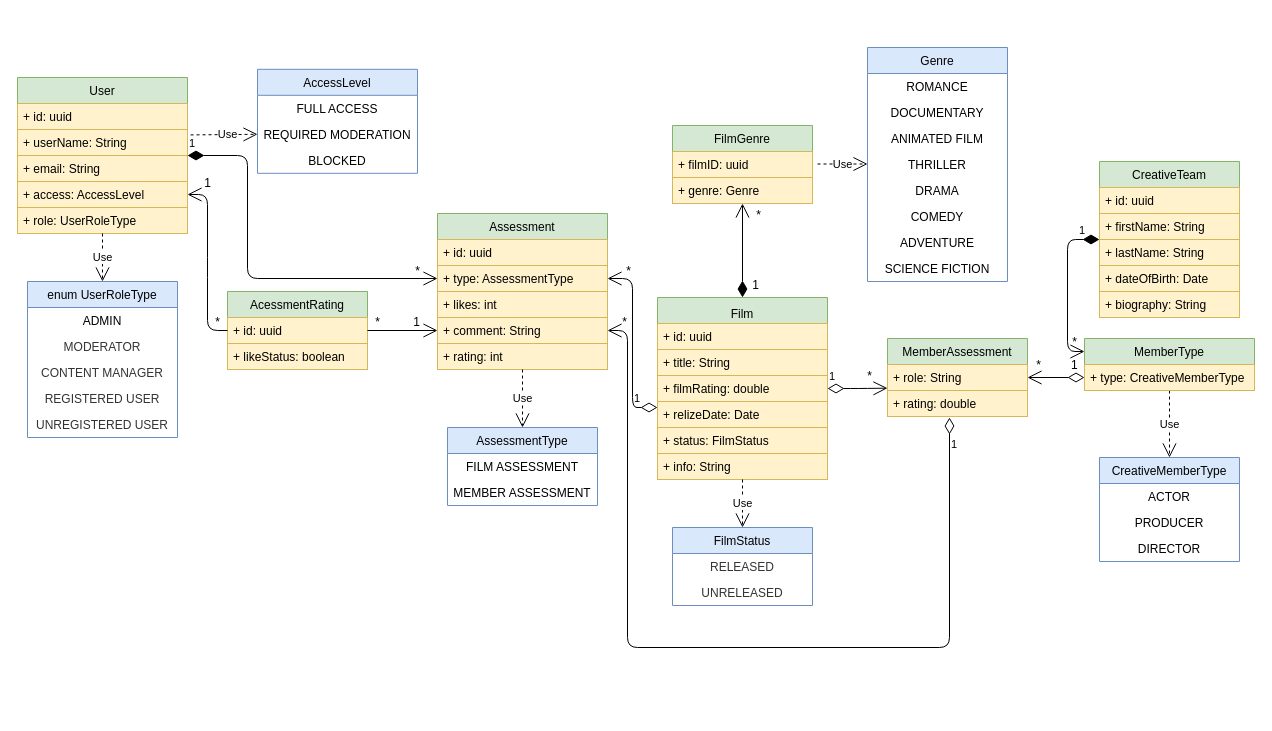
Above: domain-model-diagrams/filmRatingsClassDiagram.drawio in chernoivan/books-rating (draw.io), before the change. Source tidied: cells renumbered, new cells numbered last; positions are measured from the earlier drawing's top-left corner, leaving out a move shared by most shapes. Both pictures are drawn from the tidied source at 100%, with x=0, y=0 at pixel (17, 47).
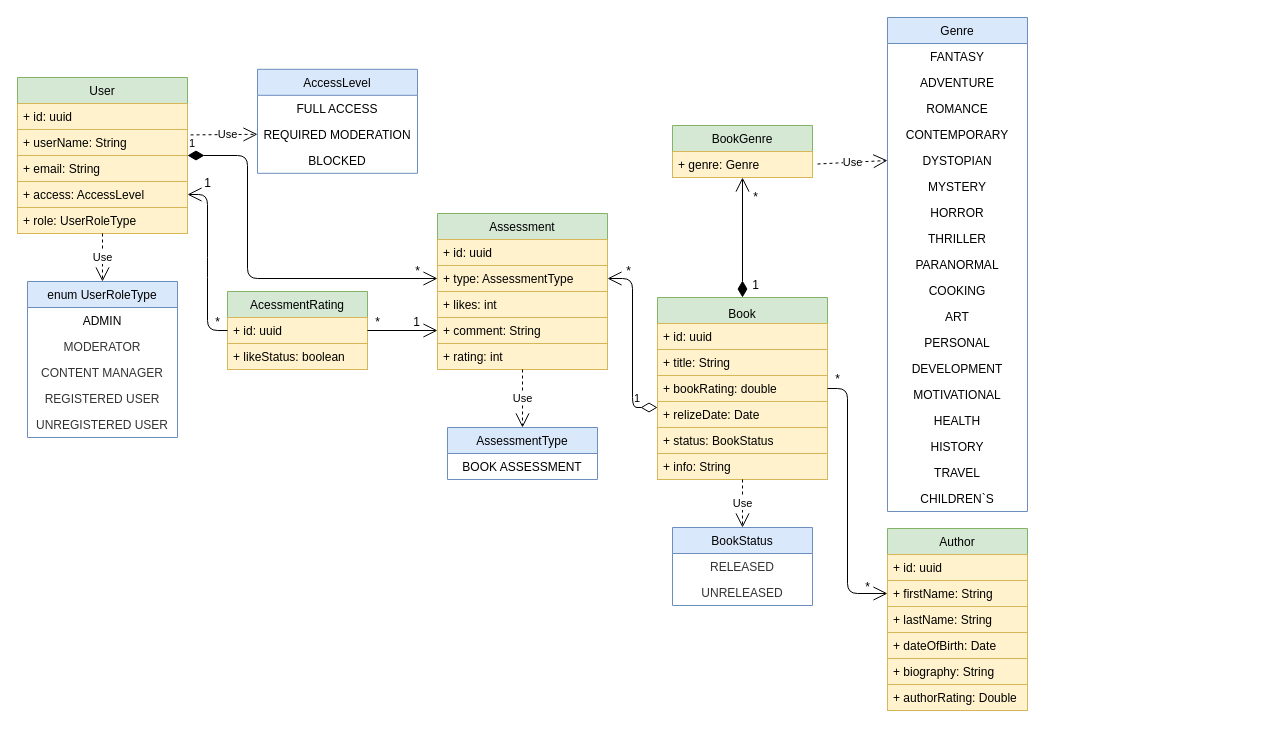
After the change.

Unchanged cells that the change refers to:
```xml
<mxCell id="45" value="Assessment" style="swimlane;fontStyle=0;horizontal=1;startSize=26;fillColor=#d5e8d4;rounded=0;strokeColor=#82b366;" parent="1" vertex="1">
  <mxGeometry x="420" y="166" width="170" height="156" as="geometry" />
</mxCell>
```

Change to the diagram source:
```diff
@@
-    <mxCell id="8" value="Film" style="swimlane;fontStyle=0;horizontal=1;startSize=26;fillColor=#d5e8d4;strokeColor=#82b366;gradientColor=none;swimlaneFillColor=none;verticalAlign=bottom;labelPadding=0;" parent="1" vertex="1">
+    <mxCell id="8" value="Book" style="swimlane;fontStyle=0;horizontal=1;startSize=26;fillColor=#d5e8d4;strokeColor=#82b366;gradientColor=none;swimlaneFillColor=none;verticalAlign=bottom;labelPadding=0;" parent="1" vertex="1">
       <mxGeometry x="640" y="250" width="170" height="182" as="geometry" />
     </mxCell>
@@
-    <mxCell id="11" value="+ filmRating: double" style="text;strokeColor=#d6b656;fillColor=#fff2cc;align=left;verticalAlign=top;spacingLeft=4;spacingRight=4;overflow=hidden;points=[[0,0.5],[1,0.5]];portConstraint=eastwest;" parent="8" vertex="1">
+    <mxCell id="11" value="+ bookRating: double" style="text;strokeColor=#d6b656;fillColor=#fff2cc;align=left;verticalAlign=top;spacingLeft=4;spacingRight=4;overflow=hidden;points=[[0,0.5],[1,0.5]];portConstraint=eastwest;" parent="8" vertex="1">
       <mxGeometry y="78" width="170" height="26" as="geometry" />
     </mxCell>
@@
-    <mxCell id="13" value="+ status: FilmStatus" style="text;strokeColor=#d6b656;fillColor=#fff2cc;align=left;verticalAlign=top;spacingLeft=4;spacingRight=4;overflow=hidden;rounded=0;labelBackgroundColor=none;" parent="8" vertex="1">
+    <mxCell id="13" value="+ status: BookStatus" style="text;strokeColor=#d6b656;fillColor=#fff2cc;align=left;verticalAlign=top;spacingLeft=4;spacingRight=4;overflow=hidden;rounded=0;labelBackgroundColor=none;" parent="8" vertex="1">
       <mxGeometry y="130" width="170" height="26" as="geometry" />
     </mxCell>
@@
-    <mxCell id="19" value="CreativeTeam" style="swimlane;fontStyle=0;horizontal=1;startSize=26;fillColor=#d5e8d4;align=center;strokeColor=#82b366;" parent="1" vertex="1">
-      <mxGeometry x="1082" y="114" width="140" height="156" as="geometry" />
-    </mxCell>
-    <mxCell id="20" value="+ id: uuid" style="text;strokeColor=#d6b656;fillColor=#fff2cc;align=left;verticalAlign=top;spacingLeft=4;spacingRight=4;overflow=hidden;" parent="19" vertex="1">
-      <mxGeometry y="26" width="140" height="26" as="geometry" />
-    </mxCell>
-    <mxCell id="21" value="+ firstName: String" style="text;strokeColor=#d6b656;fillColor=#fff2cc;align=left;verticalAlign=top;spacingLeft=4;spacingRight=4;overflow=hidden;points=[[0,0.5],[1,0.5]];portConstraint=eastwest;" parent="19" vertex="1">
-      <mxGeometry y="52" width="140" height="26" as="geometry" />
-    </mxCell>
-    <mxCell id="22" value="+ lastName: String" style="text;strokeColor=#d6b656;fillColor=#fff2cc;align=left;verticalAlign=top;spacingLeft=4;spacingRight=4;overflow=hidden;" parent="19" vertex="1">
-      <mxGeometry y="78" width="140" height="26" as="geometry" />
-    </mxCell>
-    <mxCell id="23" value="+ dateOfBirth: Date" style="text;strokeColor=#d6b656;fillColor=#fff2cc;align=left;verticalAlign=top;spacingLeft=4;spacingRight=4;overflow=hidden;startSize=26;" parent="19" vertex="1">
-      <mxGeometry y="104" width="140" height="26" as="geometry" />
-    </mxCell>
-    <mxCell id="24" value="+ biography: String" style="text;strokeColor=#d6b656;fillColor=#fff2cc;align=left;verticalAlign=top;spacingLeft=4;spacingRight=4;overflow=hidden;rounded=0;labelBackgroundColor=none;" parent="19" vertex="1">
-      <mxGeometry y="130" width="140" height="26" as="geometry" />
-    </mxCell>
@@
-    <mxCell id="26" value="FilmGenre" style="swimlane;fontStyle=0;horizontal=1;startSize=26;fillColor=#d5e8d4;strokeColor=#82b366;" parent="1" vertex="1">
-      <mxGeometry x="655" y="78" width="140" height="78" as="geometry" />
+    <mxCell id="26" value="BookGenre" style="swimlane;fontStyle=0;horizontal=1;startSize=26;fillColor=#d5e8d4;strokeColor=#82b366;" parent="1" vertex="1">
+      <mxGeometry x="655" y="78" width="140" height="52" as="geometry" />
     </mxCell>
-    <mxCell id="27" value="+ filmID: uuid" style="text;strokeColor=#d6b656;fillColor=#fff2cc;align=left;verticalAlign=top;spacingLeft=4;spacingRight=4;overflow=hidden;" parent="26" vertex="1">
-      <mxGeometry y="26" width="140" height="26" as="geometry" />
-    </mxCell>
     <mxCell id="28" value="+ genre: Genre" style="text;strokeColor=#d6b656;fillColor=#fff2cc;align=left;verticalAlign=top;spacingLeft=4;spacingRight=4;overflow=hidden;" parent="26" vertex="1">
-      <mxGeometry y="52" width="140" height="26" as="geometry" />
+      <mxGeometry y="26" width="140" height="26" as="geometry" />
     </mxCell>
+    <mxCell id="38" value="Use" style="endArrow=open;endSize=12;dashed=1;html=1;fontColor=#000000;entryX=0;entryY=0.5;entryDx=0;entryDy=0;" parent="1" edge="1" target="34">
+      <mxGeometry relative="1" as="geometry">
+        <mxPoint x="800" y="116.5" as="sourcePoint" />
+      </mxGeometry>
+    </mxCell>
     <mxCell id="29" value="Genre" style="swimlane;fontStyle=0;horizontal=1;startSize=26;fillColor=#dae8fc;align=center;strokeColor=#6c8ebf;" parent="1" vertex="1">
-      <mxGeometry x="850" width="140" height="234" as="geometry" />
+      <mxGeometry x="870" y="-30" width="140" height="494" as="geometry" />
     </mxCell>
-    <mxCell id="30" value="ROMANCE" style="text;strokeColor=none;fillColor=none;align=center;verticalAlign=top;spacingLeft=4;spacingRight=4;overflow=hidden;" parent="29" vertex="1">
+    <mxCell id="30" value="FANTASY" style="text;strokeColor=none;fillColor=none;align=center;verticalAlign=top;spacingLeft=4;spacingRight=4;overflow=hidden;" parent="29" vertex="1">
       <mxGeometry y="26" width="140" height="26" as="geometry" />
     </mxCell>
-    <mxCell id="31" value="DOCUMENTARY" style="text;align=center;fontStyle=0;verticalAlign=middle;spacingLeft=3;spacingRight=3;strokeColor=none;" parent="29" vertex="1">
+    <mxCell id="31" value="ADVENTURE" style="text;align=center;fontStyle=0;verticalAlign=middle;spacingLeft=3;spacingRight=3;strokeColor=none;" parent="29" vertex="1">
       <mxGeometry y="52" width="140" height="26" as="geometry" />
     </mxCell>
-    <mxCell id="32" value="ANIMATED FILM" style="text;align=center;fontStyle=0;verticalAlign=middle;spacingLeft=3;spacingRight=3;strokeColor=none;" parent="29" vertex="1">
+    <mxCell id="32" value="ROMANCE" style="text;align=center;fontStyle=0;verticalAlign=middle;spacingLeft=3;spacingRight=3;strokeColor=none;" parent="29" vertex="1">
       <mxGeometry y="78" width="140" height="26" as="geometry" />
     </mxCell>
-    <mxCell id="33" value="THRILLER" style="text;align=center;fontStyle=0;verticalAlign=middle;spacingLeft=3;spacingRight=3;strokeColor=none;" parent="29" vertex="1">
+    <mxCell id="33" value="CONTEMPORARY" style="text;align=center;fontStyle=0;verticalAlign=middle;spacingLeft=3;spacingRight=3;strokeColor=none;" parent="29" vertex="1">
       <mxGeometry y="104" width="140" height="26" as="geometry" />
     </mxCell>
-    <mxCell id="34" value="DRAMA" style="text;align=center;fontStyle=0;verticalAlign=middle;spacingLeft=3;spacingRight=3;strokeColor=none;points=[[0,0.5],[1,0.5]];portConstraint=eastwest;" parent="29" vertex="1">
+    <mxCell id="34" value="DYSTOPIAN" style="text;align=center;fontStyle=0;verticalAlign=middle;spacingLeft=3;spacingRight=3;strokeColor=none;points=[[0,0.5],[1,0.5]];portConstraint=eastwest;" parent="29" vertex="1">
       <mxGeometry y="130" width="140" height="26" as="geometry" />
     </mxCell>
-    <mxCell id="35" value="COMEDY" style="text;align=center;fontStyle=0;verticalAlign=middle;spacingLeft=3;spacingRight=3;strokeColor=none;" parent="29" vertex="1">
+    <mxCell id="35" value="MYSTERY" style="text;align=center;fontStyle=0;verticalAlign=middle;spacingLeft=3;spacingRight=3;strokeColor=none;" parent="29" vertex="1">
       <mxGeometry y="156" width="140" height="26" as="geometry" />
     </mxCell>
-    <mxCell id="36" value="ADVENTURE" style="text;align=center;fontStyle=0;verticalAlign=middle;spacingLeft=3;spacingRight=3;strokeColor=none;" parent="29" vertex="1">
+    <mxCell id="36" value="HORROR" style="text;align=center;fontStyle=0;verticalAlign=middle;spacingLeft=3;spacingRight=3;strokeColor=none;" parent="29" vertex="1">
       <mxGeometry y="182" width="140" height="26" as="geometry" />
     </mxCell>
+    <mxCell id="93" value="THRILLER" style="text;strokeColor=none;fillColor=none;align=center;verticalAlign=top;spacingLeft=4;spacingRight=4;overflow=hidden;" parent="29" vertex="1">
+      <mxGeometry y="208" width="140" height="26" as="geometry" />
+    </mxCell>
+    <mxCell id="94" value="PARANORMAL" style="text;strokeColor=none;fillColor=none;align=center;verticalAlign=top;spacingLeft=4;spacingRight=4;overflow=hidden;" parent="29" vertex="1">
+      <mxGeometry y="234" width="140" height="26" as="geometry" />
+    </mxCell>
+    <mxCell id="95" value="COOKING" style="text;strokeColor=none;fillColor=none;align=center;verticalAlign=top;spacingLeft=4;spacingRight=4;overflow=hidden;" parent="29" vertex="1">
+      <mxGeometry y="260" width="140" height="26" as="geometry" />
+    </mxCell>
+    <mxCell id="96" value="ART" style="text;strokeColor=none;fillColor=none;align=center;verticalAlign=top;spacingLeft=4;spacingRight=4;overflow=hidden;" parent="29" vertex="1">
+      <mxGeometry y="286" width="140" height="26" as="geometry" />
+    </mxCell>
+    <mxCell id="97" value="PERSONAL" style="text;strokeColor=none;fillColor=none;align=center;verticalAlign=top;spacingLeft=4;spacingRight=4;overflow=hidden;" parent="29" vertex="1">
+      <mxGeometry y="312" width="140" height="26" as="geometry" />
+    </mxCell>
+    <mxCell id="98" value="DEVELOPMENT" style="text;strokeColor=none;fillColor=none;align=center;verticalAlign=top;spacingLeft=4;spacingRight=4;overflow=hidden;" parent="29" vertex="1">
+      <mxGeometry y="338" width="140" height="26" as="geometry" />
+    </mxCell>
+    <mxCell id="99" value="MOTIVATIONAL" style="text;strokeColor=none;fillColor=none;align=center;verticalAlign=top;spacingLeft=4;spacingRight=4;overflow=hidden;" parent="29" vertex="1">
+      <mxGeometry y="364" width="140" height="26" as="geometry" />
+    </mxCell>
+    <mxCell id="100" value="HEALTH" style="text;strokeColor=none;fillColor=none;align=center;verticalAlign=top;spacingLeft=4;spacingRight=4;overflow=hidden;" parent="29" vertex="1">
+      <mxGeometry y="390" width="140" height="26" as="geometry" />
+    </mxCell>
-    <mxCell id="37" value="SCIENCE FICTION" style="text;strokeColor=none;fillColor=none;align=center;verticalAlign=top;spacingLeft=4;spacingRight=4;overflow=hidden;" parent="29" vertex="1">
-      <mxGeometry y="208" width="140" height="26" as="geometry" />
+    <mxCell id="37" value="HISTORY" style="text;strokeColor=none;fillColor=none;align=center;verticalAlign=top;spacingLeft=4;spacingRight=4;overflow=hidden;" parent="29" vertex="1">
+      <mxGeometry y="416" width="140" height="26" as="geometry" />
     </mxCell>
-    <mxCell id="38" value="Use" style="endArrow=open;endSize=12;dashed=1;html=1;fontColor=#000000;" parent="1" edge="1">
-      <mxGeometry relative="1" as="geometry">
-        <mxPoint x="800" y="116.5" as="sourcePoint" />
-        <mxPoint x="850" y="116.5" as="targetPoint" />
-      </mxGeometry>
-    </mxCell>
-    <mxCell id="39" value="CreativeMemberType" style="swimlane;fontStyle=0;horizontal=1;startSize=26;fillColor=#dae8fc;rounded=0;labelBackgroundColor=none;strokeColor=#6c8ebf;align=center;" parent="1" vertex="1">
-      <mxGeometry x="1082" y="410" width="140" height="104" as="geometry" />
-    </mxCell>
-    <mxCell id="40" value="ACTOR" style="text;strokeColor=none;fillColor=none;align=center;verticalAlign=top;spacingLeft=4;spacingRight=4;overflow=hidden;" parent="39" vertex="1">
-      <mxGeometry y="26" width="140" height="26" as="geometry" />
-    </mxCell>
-    <mxCell id="41" value="PRODUCER" style="text;strokeColor=none;fillColor=none;align=center;verticalAlign=top;spacingLeft=4;spacingRight=4;overflow=hidden;" parent="39" vertex="1">
-      <mxGeometry y="52" width="140" height="26" as="geometry" />
-    </mxCell>
-    <mxCell id="42" value="DIRECTOR" style="text;strokeColor=none;fillColor=none;align=center;verticalAlign=top;spacingLeft=4;spacingRight=4;overflow=hidden;" parent="39" vertex="1">
-      <mxGeometry y="78" width="140" height="26" as="geometry" />
-    </mxCell>
-    <mxCell id="43" value="Use" style="endArrow=open;endSize=12;dashed=1;html=1;fontColor=#000000;exitX=0.5;exitY=1;exitDx=0;exitDy=0;" parent="1" edge="1" source="80" target="39">
-      <mxGeometry relative="1" as="geometry" />
-    </mxCell>
-    <mxCell id="44" value="*         1" style="text;align=center;fontStyle=0;verticalAlign=middle;spacingLeft=3;spacingRight=3;strokeColor=none;rounded=0;labelBackgroundColor=none;fillColor=none;fontColor=#000000;" parent="1" vertex="1">
-      <mxGeometry x="1000" y="309" width="80" height="16" as="geometry" />
-    </mxCell>
+    <mxCell id="101" value="TRAVEL" style="text;strokeColor=none;fillColor=none;align=center;verticalAlign=top;spacingLeft=4;spacingRight=4;overflow=hidden;" parent="29" vertex="1">
+      <mxGeometry y="442" width="140" height="26" as="geometry" />
+    </mxCell>
+    <mxCell id="102" value="CHILDREN`S" style="text;strokeColor=none;fillColor=none;align=center;verticalAlign=top;spacingLeft=4;spacingRight=4;overflow=hidden;" parent="29" vertex="1">
+      <mxGeometry y="468" width="140" height="26" as="geometry" />
+    </mxCell>
@@
-    <mxCell id="51" value="MemberAssessment" style="swimlane;fontStyle=0;horizontal=1;startSize=26;fillColor=#d5e8d4;rounded=0;strokeColor=#82b366;" parent="1" vertex="1">
-      <mxGeometry x="870" y="291" width="140" height="78" as="geometry" />
-    </mxCell>
-    <mxCell id="52" value="+ role: String " style="text;strokeColor=#d6b656;fillColor=#fff2cc;align=left;verticalAlign=top;spacingLeft=4;spacingRight=4;overflow=hidden;points=[[0,0.5],[1,0.5]];portConstraint=eastwest;" parent="51" vertex="1">
-      <mxGeometry y="26" width="140" height="26" as="geometry" />
-    </mxCell>
-    <mxCell id="53" value="+ rating: double" style="text;strokeColor=#d6b656;fillColor=#fff2cc;align=left;verticalAlign=top;spacingLeft=4;spacingRight=4;overflow=hidden;" parent="51" vertex="1">
-      <mxGeometry y="52" width="140" height="26" as="geometry" />
-    </mxCell>
@@
     <mxCell id="55" value="*" style="text;html=1;align=center;verticalAlign=middle;" parent="1" vertex="1">
-      <mxGeometry x="731" y="158" width="20" height="20" as="geometry" />
+      <mxGeometry x="728" y="140" width="20" height="20" as="geometry" />
     </mxCell>
@@
     <mxCell id="62" value="AssessmentType" style="swimlane;fontStyle=0;horizontal=1;startSize=26;fillColor=#dae8fc;rounded=0;align=center;strokeColor=#6c8ebf;" parent="1" vertex="1">
-      <mxGeometry x="430" y="380" width="150" height="78" as="geometry" />
+      <mxGeometry x="430" y="380" width="150" height="52" as="geometry" />
     </mxCell>
-    <mxCell id="63" value="FILM ASSESSMENT" style="text;strokeColor=none;fillColor=none;align=center;verticalAlign=top;spacingLeft=4;spacingRight=4;overflow=hidden;" parent="62" vertex="1">
+    <mxCell id="63" value="BOOK ASSESSMENT" style="text;strokeColor=none;fillColor=none;align=center;verticalAlign=top;spacingLeft=4;spacingRight=4;overflow=hidden;" parent="62" vertex="1">
       <mxGeometry y="26" width="150" height="26" as="geometry" />
     </mxCell>
-    <mxCell id="64" value="MEMBER ASSESSMENT" style="text;strokeColor=none;fillColor=none;align=center;verticalAlign=top;spacingLeft=4;spacingRight=4;overflow=hidden;" parent="62" vertex="1">
-      <mxGeometry y="52" width="150" height="26" as="geometry" />
-    </mxCell>
@@
-    <mxCell id="69" value="1" style="endArrow=open;html=1;endSize=12;startArrow=diamondThin;startSize=14;startFill=0;edgeStyle=orthogonalEdgeStyle;align=left;verticalAlign=bottom;fontColor=#000000;entryX=1;entryY=0.75;entryDx=0;entryDy=0;" parent="1" edge="1" target="45">
-      <mxGeometry x="-0.92" relative="1" as="geometry">
-        <mxPoint x="932" y="370" as="sourcePoint" />
-        <Array as="points">
-          <mxPoint x="932" y="600" />
-          <mxPoint x="610" y="600" />
-          <mxPoint x="610" y="283" />
-        </Array>
-      </mxGeometry>
-    </mxCell>
-    <mxCell id="70" value="*" style="text;html=1;align=center;verticalAlign=middle;" parent="1" vertex="1">
-      <mxGeometry x="597" y="265" width="20" height="20" as="geometry" />
-    </mxCell>
-    <mxCell id="71" value="*" style="text;html=1;align=center;verticalAlign=middle;" parent="1" vertex="1">
-      <mxGeometry x="842" y="319" width="20" height="20" as="geometry" />
-    </mxCell>
-    <mxCell id="72" value="1" style="endArrow=open;html=1;endSize=12;startArrow=diamondThin;startSize=14;startFill=0;edgeStyle=orthogonalEdgeStyle;align=left;verticalAlign=bottom;exitX=1;exitY=0.5;exitDx=0;exitDy=0;entryX=0;entryY=0.911;entryDx=0;entryDy=0;entryPerimeter=0;" parent="1" edge="1" source="11" target="52">
-      <mxGeometry x="-1" y="3" relative="1" as="geometry" />
-    </mxCell>
@@
-    <mxCell id="80" value="MemberType" style="swimlane;fontStyle=0;horizontal=1;startSize=26;fillColor=#d5e8d4;rounded=0;labelBackgroundColor=none;strokeColor=#82b366;align=center;" parent="1" vertex="1">
-      <mxGeometry x="1067" y="291" width="170" height="52" as="geometry" />
-    </mxCell>
-    <mxCell id="81" value="+ type: CreativeMemberType" style="text;strokeColor=#d6b656;fillColor=#fff2cc;align=left;verticalAlign=top;spacingLeft=4;spacingRight=4;overflow=hidden;points=[[0,0.5],[1,0.5]];portConstraint=eastwest;" parent="80" vertex="1">
-      <mxGeometry y="26" width="170" height="26" as="geometry" />
-    </mxCell>
@@
-    <mxCell id="87" value="1" style="endArrow=open;html=1;endSize=12;startArrow=diamondThin;startSize=14;startFill=1;edgeStyle=orthogonalEdgeStyle;align=left;verticalAlign=bottom;exitX=0;exitY=0.5;exitDx=0;exitDy=0;entryX=0;entryY=0.25;entryDx=0;entryDy=0;" parent="1" edge="1" source="19" target="80">
-      <mxGeometry x="-0.73" relative="1" as="geometry">
-        <Array as="points">
-          <mxPoint x="1050" y="192" />
-          <mxPoint x="1050" y="304" />
-        </Array>
-      </mxGeometry>
-    </mxCell>
-    <mxCell id="88" value="*" style="text;html=1;align=center;verticalAlign=middle;" parent="1" vertex="1">
-      <mxGeometry x="1047" y="285" width="20" height="20" as="geometry" />
-    </mxCell>
-    <mxCell id="89" value="FilmStatus" style="swimlane;fontStyle=0;horizontal=1;startSize=26;fillColor=#dae8fc;align=center;strokeColor=#6c8ebf;" parent="1" vertex="1">
+    <mxCell id="89" value="BookStatus" style="swimlane;fontStyle=0;horizontal=1;startSize=26;fillColor=#dae8fc;align=center;strokeColor=#6c8ebf;" parent="1" vertex="1">
       <mxGeometry x="655" y="480" width="140" height="78" as="geometry" />
     </mxCell>
@@
-    <mxCell id="92" style="endArrow=open;html=1;endSize=12;startArrow=diamondThin;startSize=14;startFill=0;edgeStyle=orthogonalEdgeStyle;align=left;verticalAlign=bottom;entryX=1;entryY=0.5;entryDx=0;entryDy=0;exitX=0;exitY=0.5;exitDx=0;exitDy=0;" parent="1" edge="1" source="81" target="52">
-      <mxGeometry x="-1" y="3" relative="1" as="geometry" />
-    </mxCell>
+    <mxCell id="19" value="Author" style="swimlane;fontStyle=0;horizontal=1;startSize=26;fillColor=#d5e8d4;align=center;strokeColor=#82b366;" parent="1" vertex="1">
+      <mxGeometry x="870" y="481" width="140" height="182" as="geometry" />
+    </mxCell>
+    <mxCell id="20" value="+ id: uuid" style="text;strokeColor=#d6b656;fillColor=#fff2cc;align=left;verticalAlign=top;spacingLeft=4;spacingRight=4;overflow=hidden;" parent="19" vertex="1">
+      <mxGeometry y="26" width="140" height="26" as="geometry" />
+    </mxCell>
+    <mxCell id="21" value="+ firstName: String" style="text;strokeColor=#d6b656;fillColor=#fff2cc;align=left;verticalAlign=top;spacingLeft=4;spacingRight=4;overflow=hidden;points=[[0,0.5],[1,0.5]];portConstraint=eastwest;" parent="19" vertex="1">
+      <mxGeometry y="52" width="140" height="26" as="geometry" />
+    </mxCell>
+    <mxCell id="22" value="+ lastName: String" style="text;strokeColor=#d6b656;fillColor=#fff2cc;align=left;verticalAlign=top;spacingLeft=4;spacingRight=4;overflow=hidden;" parent="19" vertex="1">
+      <mxGeometry y="78" width="140" height="26" as="geometry" />
+    </mxCell>
+    <mxCell id="23" value="+ dateOfBirth: Date" style="text;strokeColor=#d6b656;fillColor=#fff2cc;align=left;verticalAlign=top;spacingLeft=4;spacingRight=4;overflow=hidden;startSize=26;" parent="19" vertex="1">
+      <mxGeometry y="104" width="140" height="26" as="geometry" />
+    </mxCell>
+    <mxCell id="103" value="+ biography: String" style="text;strokeColor=#d6b656;fillColor=#fff2cc;align=left;verticalAlign=top;spacingLeft=4;spacingRight=4;overflow=hidden;rounded=0;labelBackgroundColor=none;" parent="19" vertex="1">
+      <mxGeometry y="130" width="140" height="26" as="geometry" />
+    </mxCell>
+    <mxCell id="24" value="+ authorRating: Double" style="text;strokeColor=#d6b656;fillColor=#fff2cc;align=left;verticalAlign=top;spacingLeft=4;spacingRight=4;overflow=hidden;rounded=0;labelBackgroundColor=none;" parent="19" vertex="1">
+      <mxGeometry y="156" width="140" height="26" as="geometry" />
+    </mxCell>
+    <mxCell id="104" style="endArrow=open;endFill=1;endSize=12;html=1;exitX=1;exitY=0.5;exitDx=0;exitDy=0;entryX=0;entryY=0.5;entryDx=0;entryDy=0;" parent="1" edge="1" source="11" target="21">
+      <mxGeometry relative="1" as="geometry">
+        <Array as="points">
+          <mxPoint x="830" y="341" />
+          <mxPoint x="830" y="546" />
+        </Array>
+      </mxGeometry>
+    </mxCell>
+    <mxCell id="105" value="*" style="text;html=1;align=center;verticalAlign=middle;" parent="1" vertex="1">
+      <mxGeometry x="810" y="322" width="20" height="20" as="geometry" />
+    </mxCell>
+    <mxCell id="106" value="*" style="text;html=1;align=center;verticalAlign=middle;" parent="1" vertex="1">
+      <mxGeometry x="840" y="530" width="20" height="20" as="geometry" />
+    </mxCell>
```
